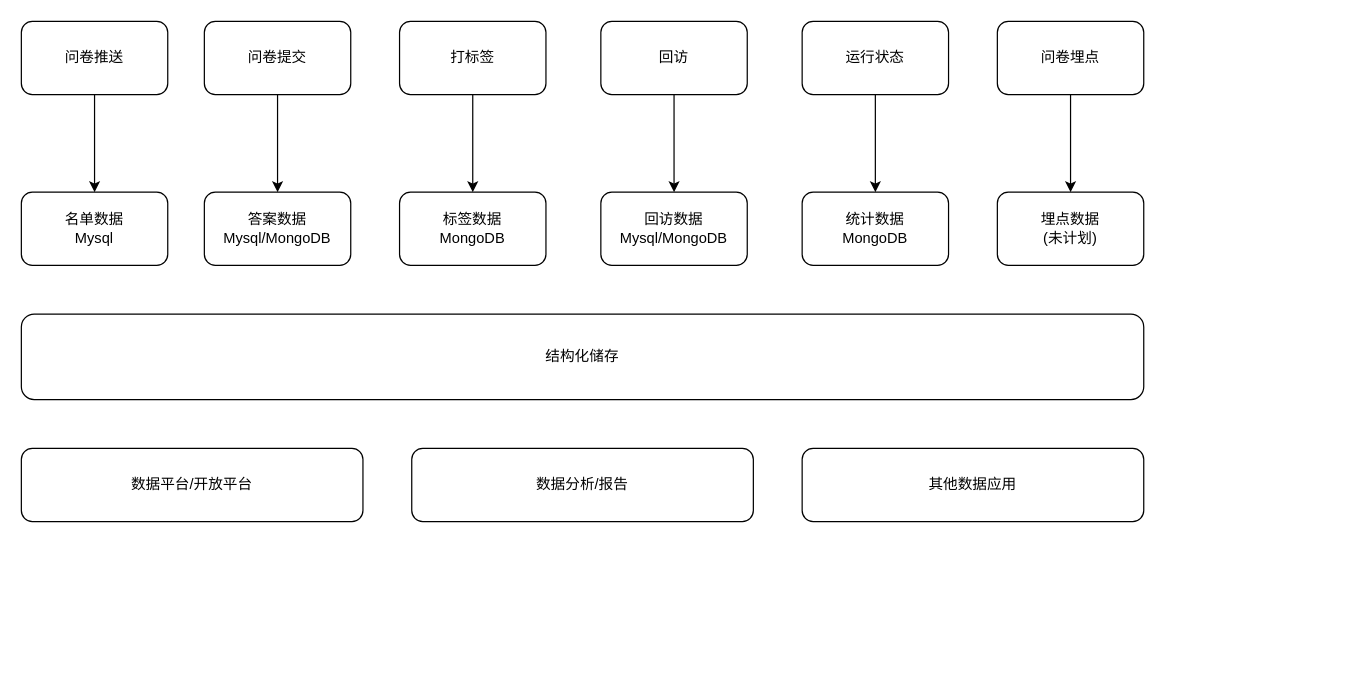
This is 数据治理.drawio from lshunran/drawIO, a draw.io file, before an edit. Source tidied: cells renumbered, new cells numbered last; positions are measured from the earlier drawing's top-left corner, leaving out a move shared by most shapes. Both pictures are drawn from the tidied source at 122%, with x=0, y=0 at pixel (21, 21).
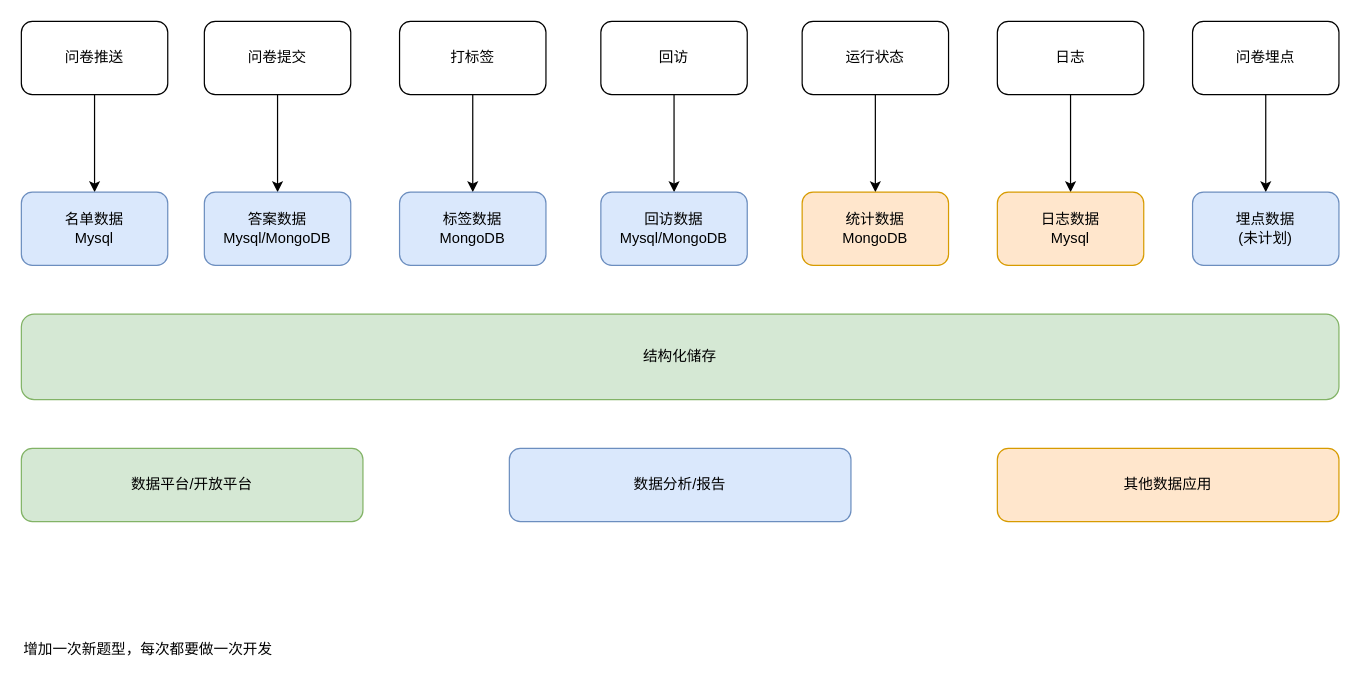
The same diagram, later.

The edit, as a diff of the source:
```diff
@@
-    <mxCell id="4" value="名单数据&lt;br&gt;Mysql&lt;br&gt;" style="rounded=1;whiteSpace=wrap;html=1;" parent="1" vertex="1">
+    <mxCell id="4" value="名单数据&lt;br&gt;Mysql&lt;br&gt;" style="rounded=1;whiteSpace=wrap;html=1;fillColor=#dae8fc;strokeColor=#6c8ebf;" parent="1" vertex="1">
       <mxGeometry y="140" width="120" height="60" as="geometry" />
     </mxCell>
@@
-    <mxCell id="7" value="答案数据&lt;br&gt;Mysql/MongoDB&lt;br&gt;" style="rounded=1;whiteSpace=wrap;html=1;" parent="1" vertex="1">
+    <mxCell id="7" value="答案数据&lt;br&gt;Mysql/MongoDB&lt;br&gt;" style="rounded=1;whiteSpace=wrap;html=1;fillColor=#dae8fc;strokeColor=#6c8ebf;" parent="1" vertex="1">
       <mxGeometry x="150" y="140" width="120" height="60" as="geometry" />
     </mxCell>
@@
-    <mxCell id="10" value="标签数据&lt;br&gt;MongoDB&lt;br&gt;" style="rounded=1;whiteSpace=wrap;html=1;" parent="1" vertex="1">
+    <mxCell id="10" value="标签数据&lt;br&gt;MongoDB&lt;br&gt;" style="rounded=1;whiteSpace=wrap;html=1;fillColor=#dae8fc;strokeColor=#6c8ebf;" parent="1" vertex="1">
       <mxGeometry x="310" y="140" width="120" height="60" as="geometry" />
     </mxCell>
@@
-    <mxCell id="16" value="问卷埋点" style="rounded=1;whiteSpace=wrap;html=1;" parent="1" vertex="1">
+    <mxCell id="16" value="日志" style="rounded=1;whiteSpace=wrap;html=1;" parent="1" vertex="1">
       <mxGeometry x="800" width="120" height="60" as="geometry" />
     </mxCell>
-    <mxCell id="17" value="埋点数据&lt;br&gt;(未计划)&lt;br&gt;" style="rounded=1;whiteSpace=wrap;html=1;" parent="1" vertex="1">
+    <mxCell id="17" value="日志数据&lt;br&gt;Mysql&lt;br&gt;" style="rounded=1;whiteSpace=wrap;html=1;fillColor=#ffe6cc;strokeColor=#d79b00;" parent="1" vertex="1">
       <mxGeometry x="800" y="140" width="120" height="60" as="geometry" />
     </mxCell>
-    <mxCell id="18" value="统计数据&lt;br&gt;MongoDB&lt;br&gt;" style="rounded=1;whiteSpace=wrap;html=1;" parent="1" vertex="1">
+    <mxCell id="18" value="统计数据&lt;br&gt;MongoDB&lt;br&gt;" style="rounded=1;whiteSpace=wrap;html=1;fillColor=#ffe6cc;strokeColor=#d79b00;" parent="1" vertex="1">
       <mxGeometry x="640" y="140" width="120" height="60" as="geometry" />
     </mxCell>
-    <mxCell id="19" value="回访数据&lt;br&gt;Mysql/MongoDB&lt;br&gt;" style="rounded=1;whiteSpace=wrap;html=1;" parent="1" vertex="1">
+    <mxCell id="19" value="回访数据&lt;br&gt;Mysql/MongoDB&lt;br&gt;" style="rounded=1;whiteSpace=wrap;html=1;fillColor=#dae8fc;strokeColor=#6c8ebf;" parent="1" vertex="1">
       <mxGeometry x="475" y="140" width="120" height="60" as="geometry" />
     </mxCell>
-    <mxCell id="20" value="数据平台/开放平台" style="rounded=1;whiteSpace=wrap;html=1;" parent="1" vertex="1">
+    <mxCell id="20" value="数据平台/开放平台" style="rounded=1;whiteSpace=wrap;html=1;fillColor=#d5e8d4;strokeColor=#82b366;" parent="1" vertex="1">
       <mxGeometry y="350" width="280" height="60" as="geometry" />
     </mxCell>
-    <mxCell id="21" value="结构化储存" style="rounded=1;whiteSpace=wrap;html=1;" parent="1" vertex="1">
-      <mxGeometry y="240" width="920" height="70" as="geometry" />
+    <mxCell id="21" value="结构化储存" style="rounded=1;whiteSpace=wrap;html=1;fillColor=#d5e8d4;strokeColor=#82b366;" parent="1" vertex="1">
+      <mxGeometry y="240" width="1080" height="70" as="geometry" />
     </mxCell>
-    <mxCell id="22" value="数据分析/报告" style="rounded=1;whiteSpace=wrap;html=1;" parent="1" vertex="1">
-      <mxGeometry x="320" y="350" width="280" height="60" as="geometry" />
+    <mxCell id="22" value="数据分析/报告" style="rounded=1;whiteSpace=wrap;html=1;fillColor=#dae8fc;strokeColor=#6c8ebf;" parent="1" vertex="1">
+      <mxGeometry x="400" y="350" width="280" height="60" as="geometry" />
     </mxCell>
-    <mxCell id="23" value="其他数据应用" style="rounded=1;whiteSpace=wrap;html=1;" parent="1" vertex="1">
-      <mxGeometry x="640" y="350" width="280" height="60" as="geometry" />
+    <mxCell id="23" value="其他数据应用" style="rounded=1;whiteSpace=wrap;html=1;fillColor=#ffe6cc;strokeColor=#d79b00;" parent="1" vertex="1">
+      <mxGeometry x="800" y="350" width="280" height="60" as="geometry" />
     </mxCell>
+    <mxCell id="24" style="edgeStyle=orthogonalEdgeStyle;rounded=0;jettySize=auto;html=1;" parent="1" edge="1" source="25" target="26">
+      <mxGeometry relative="1" as="geometry" />
+    </mxCell>
+    <mxCell id="25" value="问卷埋点" style="rounded=1;whiteSpace=wrap;html=1;" parent="1" vertex="1">
+      <mxGeometry x="960" width="120" height="60" as="geometry" />
+    </mxCell>
+    <mxCell id="26" value="埋点数据&lt;br&gt;(未计划)&lt;br&gt;" style="rounded=1;whiteSpace=wrap;html=1;fillColor=#dae8fc;strokeColor=#6c8ebf;" parent="1" vertex="1">
+      <mxGeometry x="960" y="140" width="120" height="60" as="geometry" />
+    </mxCell>
+    <mxCell id="27" value="增加一次新题型，每次都要做一次开发" style="text;html=1;align=left;verticalAlign=top;spacingTop=-4;" parent="1" vertex="1">
+      <mxGeometry y="505" width="220" height="20" as="geometry" />
+    </mxCell>
```
